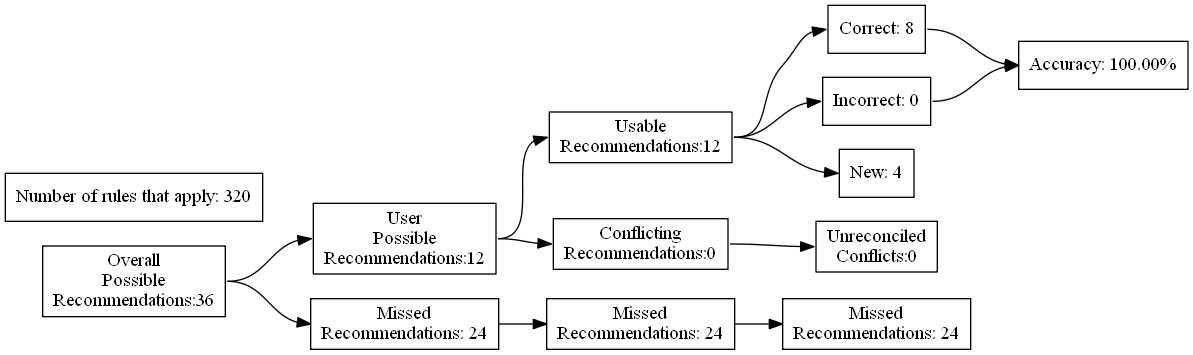
This is test_renders/43.gv.png from ZaxR/ibd_diet_analysis, a Graphviz export, as it was before one commit. Its source is kept beside it as test_renders/43.gv.
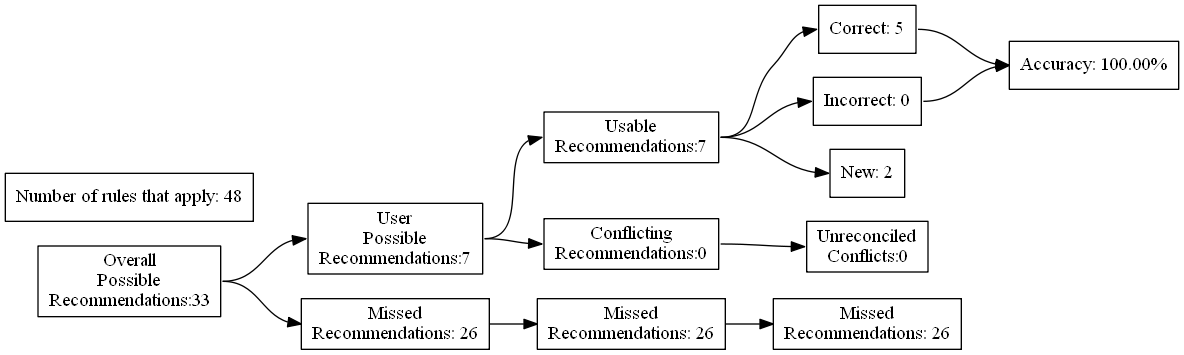
The same diagram one commit later.

Diff of the diagram source:
```diff
@@ -4,27 +4,27 @@
 	edge [headport=w tailport=e]
 		A [label="Overall
 Possible
-Recommendations:36"]
+Recommendations:33"]
 		B [label="User
 Possible
-Recommendations:12"]
+Recommendations:7"]
 		C [label="Missed
-Recommendations: 24"]
+Recommendations: 26"]
 		D [label="Usable
-Recommendations:12"]
+Recommendations:7"]
 		E [label="Conflicting
 Recommendations:0"]
 		J [label="Missed
-Recommendations: 24"]
+Recommendations: 26"]
 		M [label="Unreconciled
 Conflicts:0"]
-		F [label="Correct: 8"]
+		F [label="Correct: 5"]
 		G [label="Incorrect: 0"]
-		H [label="New: 4"]
+		H [label="New: 2"]
 		K [label="Missed
-Recommendations: 24"]
+Recommendations: 26"]
 		I [label="Accuracy: 100.00%"]
-		l [label="Number of rules that apply: 320"]
+		l [label="Number of rules that apply: 48"]
 			A -> B
 			A -> C
 			B -> D
```
